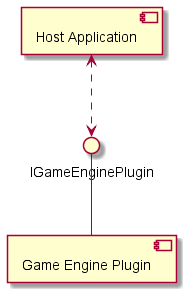
stevostj/Sandbox keeps this PlantUML diagram as GameEnginePlugin/Docs/GameEnginePluginConcept.png. Above is the earlier version. Source of this version:
```plantuml
@startuml

[Host Application] as HA
[Game Engine Plugin] as GEP

() "IGameEnginePlugin" as IGEP

IGEP -- GEP

HA <..> IGEP


@enduml
```
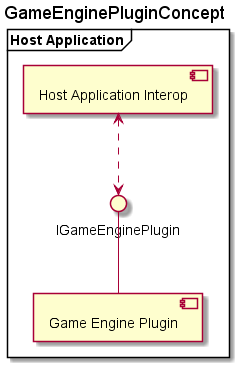
After the change.

What changed in the source:
```diff
@@ -1,13 +1,16 @@
 @startuml
 
-[Host Application] as HA
+title "GameEnginePluginConcept"
+
+frame "Host Application" as HA {
+[Host Application Interop] as HAI
 [Game Engine Plugin] as GEP
-
 () "IGameEnginePlugin" as IGEP
+}
 
 IGEP -- GEP
 
-HA <..> IGEP
+HAI <..> IGEP
 
 
 @enduml
```
